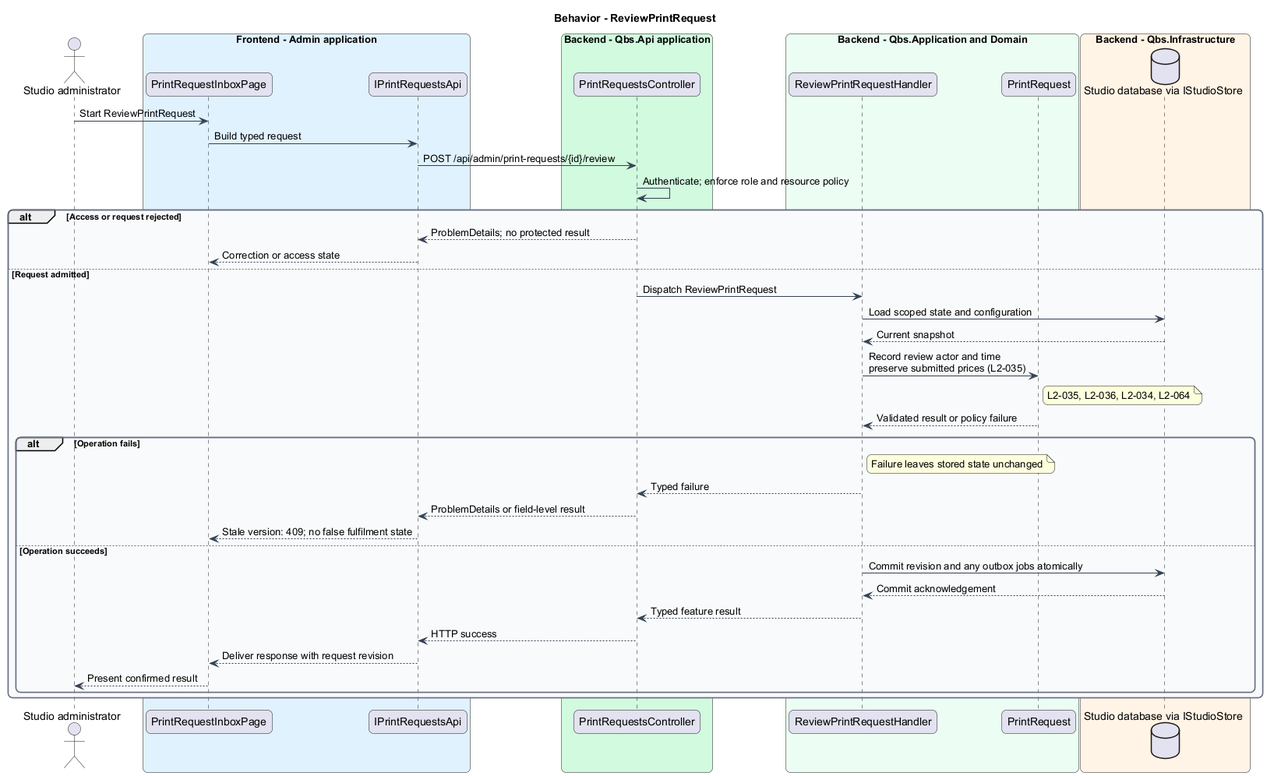
Earlier version of the PlantUML export docs/detailed-designs/prints-and-albums/submit-and-review-print-requests/diagrams/sequence-review-print-request.png (QuinntyneBrown/quinntyne-brown-studio).
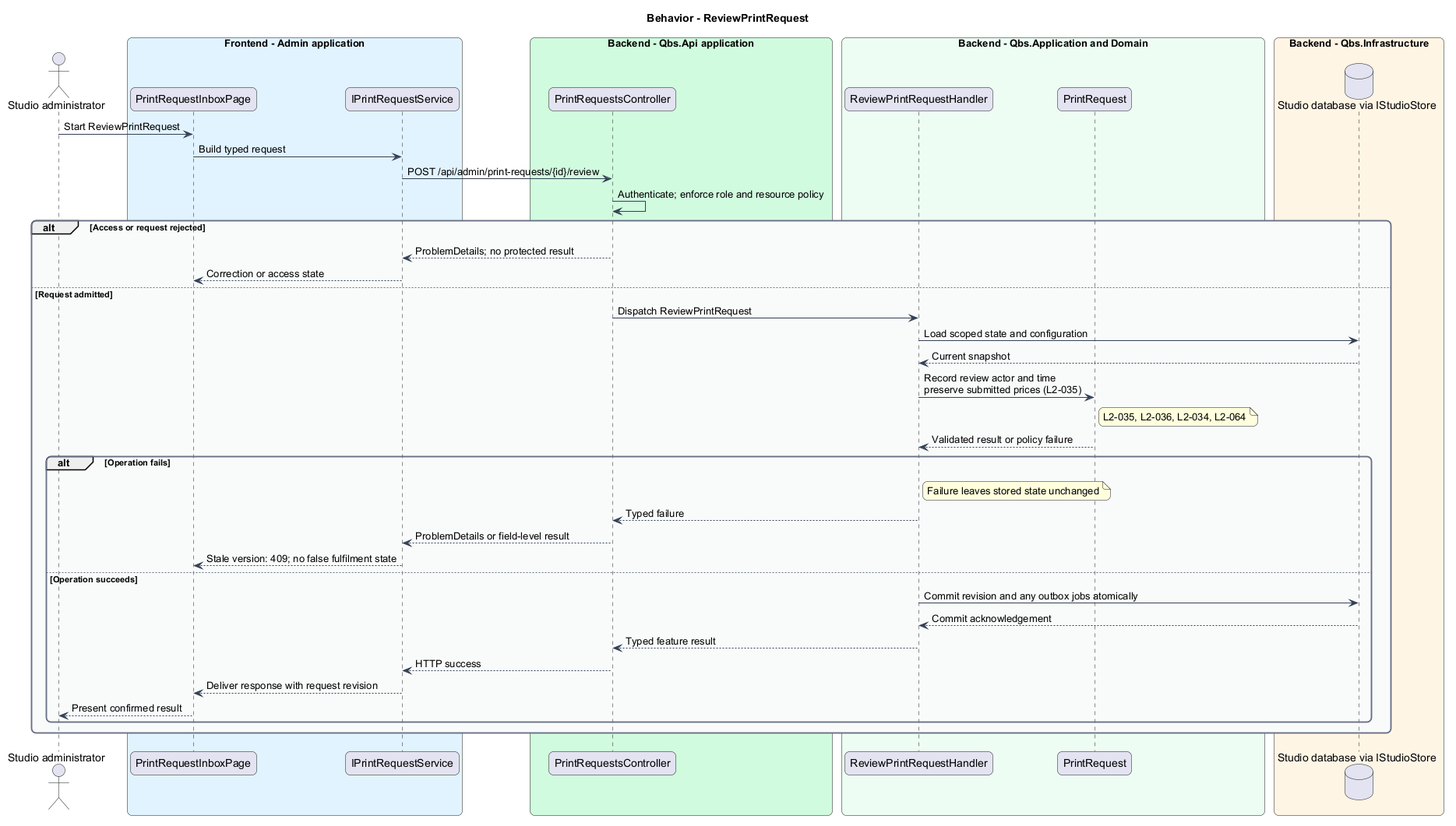
After the change.

The edit, as a diff of the source:
```diff
@@ -17,7 +17,7 @@
 actor "Studio administrator" as actor
 box "Frontend - Admin application" #E0F2FE
  participant "PrintRequestInboxPage" as page
- participant "IPrintRequestsApi" as client
+ participant "IPrintRequestService" as client
 end box
 box "Backend - Qbs.Api application" #D1FADF
  participant "PrintRequestsController" as controller
```
